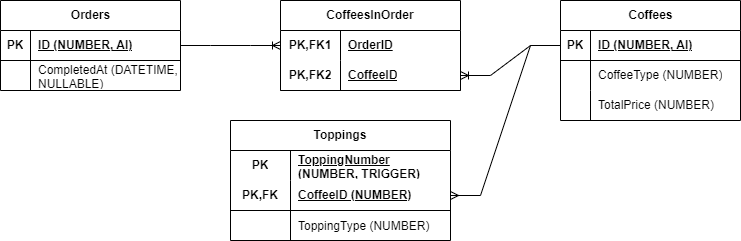
Above: Docs/imgs/adatbazis.png in Juuhva/ProgTech-Porta-cafe (draw.io), before the change. Source tidied: cells renumbered, new cells last; positions are measured from the earlier drawing's top-left corner, leaving out a move shared by most shapes.
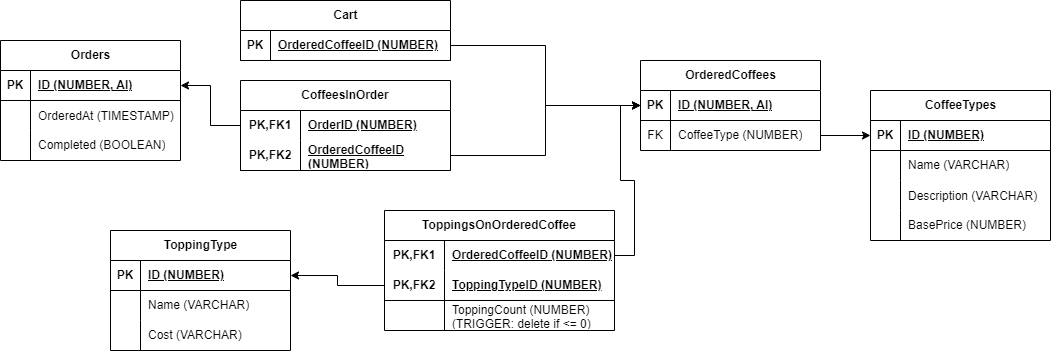
Above is the later version.

Commit message:
Adatbázis terv újratervezése

What changed in the source:
```diff
@@ -2,8 +2,8 @@
   <root>
     <mxCell id="0" />
     <mxCell id="1" parent="0" />
-    <mxCell id="2" value="Coffees" style="shape=table;startSize=30;rowLines=0;fontStyle=1;align=center;html=1;" parent="1" vertex="1">
-      <mxGeometry x="560" width="180" height="120" as="geometry" />
+    <mxCell id="2" value="CoffeeTypes" style="shape=table;startSize=30;rowLines=0;fontStyle=1;align=center;html=1;" parent="1" vertex="1">
+      <mxGeometry x="870" y="50" width="180" height="150" as="geometry" />
     </mxCell>
     <mxCell id="3" style="shape=tableRow;horizontal=0;startSize=0;swimlaneHead=0;swimlaneBody=0;fillColor=none;points=[[0,0.5],[1,0.5]];portConstraint=eastwest;top=0;left=0;right=0;bottom=1;" parent="2" vertex="1">
       <mxGeometry y="30" width="180" height="30" as="geometry" />
@@ -11,7 +11,7 @@
     <mxCell id="4" value="PK" style="shape=partialRectangle;fillColor=none;top=0;left=0;bottom=0;right=0;fontStyle=1;overflow=hidden;whiteSpace=wrap;html=1;" parent="3" vertex="1">
       <mxGeometry width="30" height="30" as="geometry" />
     </mxCell>
-    <mxCell id="5" value="ID (NUMBER, AI)" style="shape=partialRectangle;fillColor=none;top=0;left=0;bottom=0;right=0;align=left;spacingLeft=6;fontStyle=5;overflow=hidden;whiteSpace=wrap;html=1;" parent="3" vertex="1">
+    <mxCell id="5" value="ID (NUMBER)" style="shape=partialRectangle;fillColor=none;top=0;left=0;bottom=0;right=0;align=left;spacingLeft=6;fontStyle=5;overflow=hidden;whiteSpace=wrap;html=1;" parent="3" vertex="1">
       <mxGeometry x="30" width="150" height="30" as="geometry" />
     </mxCell>
     <mxCell id="6" style="shape=tableRow;horizontal=0;startSize=0;swimlaneHead=0;swimlaneBody=0;fillColor=none;top=0;left=0;right=0;bottom=0;" parent="2" vertex="1">
@@ -20,20 +20,29 @@
     <mxCell id="7" style="shape=partialRectangle;fillColor=none;top=0;left=0;bottom=0;right=0;overflow=hidden;whiteSpace=wrap;html=1;" parent="6" vertex="1">
       <mxGeometry width="30" height="30" as="geometry" />
     </mxCell>
-    <mxCell id="8" value="CoffeeType (NUMBER)" style="shape=partialRectangle;fillColor=none;top=0;left=0;bottom=0;right=0;align=left;spacingLeft=6;overflow=hidden;whiteSpace=wrap;html=1;" parent="6" vertex="1">
+    <mxCell id="8" value="Name (VARCHAR)" style="shape=partialRectangle;fillColor=none;top=0;left=0;bottom=0;right=0;align=left;spacingLeft=6;overflow=hidden;whiteSpace=wrap;html=1;" parent="6" vertex="1">
       <mxGeometry x="30" width="150" height="30" as="geometry" />
     </mxCell>
+    <mxCell id="39" style="shape=tableRow;horizontal=0;startSize=0;swimlaneHead=0;swimlaneBody=0;fillColor=none;top=0;left=0;right=0;bottom=0;" parent="2" vertex="1">
+      <mxGeometry y="90" width="180" height="30" as="geometry" />
+    </mxCell>
+    <mxCell id="40" style="shape=partialRectangle;fillColor=none;top=0;left=0;bottom=0;right=0;overflow=hidden;" parent="39" vertex="1">
+      <mxGeometry width="30" height="30" as="geometry" />
+    </mxCell>
+    <mxCell id="41" value="Description (VARCHAR)" style="shape=partialRectangle;fillColor=none;top=0;left=0;bottom=0;right=0;align=left;spacingLeft=6;overflow=hidden;" parent="39" vertex="1">
+      <mxGeometry x="30" width="150" height="30" as="geometry" />
+    </mxCell>
     <mxCell id="9" style="shape=tableRow;horizontal=0;startSize=0;swimlaneHead=0;swimlaneBody=0;fillColor=none;top=0;left=0;right=0;bottom=0;" parent="2" vertex="1">
-      <mxGeometry y="90" width="180" height="30" as="geometry" />
+      <mxGeometry y="120" width="180" height="30" as="geometry" />
     </mxCell>
     <mxCell id="10" style="shape=partialRectangle;fillColor=none;top=0;left=0;bottom=0;right=0;overflow=hidden;whiteSpace=wrap;html=1;" parent="9" vertex="1">
       <mxGeometry width="30" height="30" as="geometry" />
     </mxCell>
-    <mxCell id="11" value="TotalPrice (NUMBER)" style="shape=partialRectangle;fillColor=none;top=0;left=0;bottom=0;right=0;align=left;spacingLeft=6;overflow=hidden;whiteSpace=wrap;html=1;" parent="9" vertex="1">
+    <mxCell id="11" value="BasePrice (NUMBER)" style="shape=partialRectangle;fillColor=none;top=0;left=0;bottom=0;right=0;align=left;spacingLeft=6;overflow=hidden;whiteSpace=wrap;html=1;" parent="9" vertex="1">
       <mxGeometry x="30" width="150" height="30" as="geometry" />
     </mxCell>
     <mxCell id="12" value="Orders" style="shape=table;startSize=30;rowLines=0;fontStyle=1;align=center;html=1;" parent="1" vertex="1">
-      <mxGeometry width="180" height="90" as="geometry" />
+      <mxGeometry width="180" height="120" as="geometry" />
     </mxCell>
     <mxCell id="13" style="shape=tableRow;horizontal=0;startSize=0;swimlaneHead=0;swimlaneBody=0;fillColor=none;points=[[0,0.5],[1,0.5]];portConstraint=eastwest;top=0;left=0;right=0;bottom=1;" parent="12" vertex="1">
       <mxGeometry y="30" width="180" height="30" as="geometry" />
@@ -44,74 +53,155 @@
     <mxCell id="15" value="ID (NUMBER, AI)" style="shape=partialRectangle;fillColor=none;top=0;left=0;bottom=0;right=0;align=left;spacingLeft=6;fontStyle=5;overflow=hidden;whiteSpace=wrap;html=1;" parent="13" vertex="1">
       <mxGeometry x="30" width="150" height="30" as="geometry" />
     </mxCell>
+    <mxCell id="42" style="shape=tableRow;horizontal=0;startSize=0;swimlaneHead=0;swimlaneBody=0;fillColor=none;top=0;left=0;right=0;bottom=0;" parent="12" vertex="1">
+      <mxGeometry y="60" width="180" height="30" as="geometry" />
+    </mxCell>
+    <mxCell id="43" style="shape=partialRectangle;fillColor=none;top=0;left=0;bottom=0;right=0;overflow=hidden;" parent="42" vertex="1">
+      <mxGeometry width="30" height="30" as="geometry" />
+    </mxCell>
+    <mxCell id="44" value="OrderedAt (TIMESTAMP)" style="shape=partialRectangle;fillColor=none;top=0;left=0;bottom=0;right=0;align=left;spacingLeft=6;overflow=hidden;" parent="42" vertex="1">
+      <mxGeometry x="30" width="150" height="30" as="geometry" />
+    </mxCell>
     <mxCell id="16" style="shape=tableRow;horizontal=0;startSize=0;swimlaneHead=0;swimlaneBody=0;fillColor=none;top=0;left=0;right=0;bottom=0;" parent="12" vertex="1">
-      <mxGeometry y="60" width="180" height="30" as="geometry" />
+      <mxGeometry y="90" width="180" height="30" as="geometry" />
     </mxCell>
     <mxCell id="17" style="shape=partialRectangle;fillColor=none;top=0;left=0;bottom=0;right=0;overflow=hidden;whiteSpace=wrap;html=1;" parent="16" vertex="1">
       <mxGeometry width="30" height="30" as="geometry" />
     </mxCell>
-    <mxCell id="18" value="CompletedAt (DATETIME, NULLABLE)" style="shape=partialRectangle;fillColor=none;top=0;left=0;bottom=0;right=0;align=left;spacingLeft=6;overflow=hidden;whiteSpace=wrap;html=1;" parent="16" vertex="1">
+    <mxCell id="18" value="Completed (BOOLEAN)" style="shape=partialRectangle;fillColor=none;top=0;left=0;bottom=0;right=0;align=left;spacingLeft=6;overflow=hidden;whiteSpace=wrap;html=1;" parent="16" vertex="1">
       <mxGeometry x="30" width="150" height="30" as="geometry" />
     </mxCell>
     <mxCell id="19" value="CoffeesInOrder" style="shape=table;startSize=30;rowLines=0;fontStyle=1;align=center;html=1;whiteSpace=wrap;" parent="1" vertex="1">
-      <mxGeometry x="280" width="180" height="90" as="geometry" />
+      <mxGeometry x="240" y="40" width="210" height="90" as="geometry" />
     </mxCell>
     <mxCell id="20" style="shape=tableRow;horizontal=0;startSize=0;swimlaneHead=0;swimlaneBody=0;fillColor=none;points=[[0,0.5],[1,0.5]];portConstraint=eastwest;top=0;left=0;right=0;bottom=0;html=1;" parent="19" vertex="1">
-      <mxGeometry y="30" width="180" height="30" as="geometry" />
+      <mxGeometry y="30" width="210" height="30" as="geometry" />
     </mxCell>
     <mxCell id="21" value="PK,FK1" style="shape=partialRectangle;fillColor=none;top=0;left=0;bottom=0;right=0;fontStyle=1;overflow=hidden;html=1;whiteSpace=wrap;" parent="20" vertex="1">
       <mxGeometry width="60" height="30" as="geometry" />
     </mxCell>
-    <mxCell id="22" value="OrderID" style="shape=partialRectangle;fillColor=none;top=0;left=0;bottom=0;right=0;align=left;spacingLeft=6;fontStyle=5;overflow=hidden;html=1;whiteSpace=wrap;" parent="20" vertex="1">
-      <mxGeometry x="60" width="120" height="30" as="geometry" />
+    <mxCell id="22" value="OrderID (NUMBER)" style="shape=partialRectangle;fillColor=none;top=0;left=0;bottom=0;right=0;align=left;spacingLeft=6;fontStyle=5;overflow=hidden;html=1;whiteSpace=wrap;" parent="20" vertex="1">
+      <mxGeometry x="60" width="150" height="30" as="geometry" />
     </mxCell>
     <mxCell id="23" style="shape=tableRow;horizontal=0;startSize=0;swimlaneHead=0;swimlaneBody=0;fillColor=none;points=[[0,0.5],[1,0.5]];portConstraint=eastwest;top=0;left=0;right=0;bottom=1;html=1;" parent="19" vertex="1">
-      <mxGeometry y="60" width="180" height="30" as="geometry" />
+      <mxGeometry y="60" width="210" height="30" as="geometry" />
     </mxCell>
     <mxCell id="24" value="PK,FK2" style="shape=partialRectangle;fillColor=none;top=0;left=0;bottom=0;right=0;fontStyle=1;overflow=hidden;html=1;whiteSpace=wrap;" parent="23" vertex="1">
       <mxGeometry width="60" height="30" as="geometry" />
     </mxCell>
-    <mxCell id="25" value="CoffeeID" style="shape=partialRectangle;fillColor=none;top=0;left=0;bottom=0;right=0;align=left;spacingLeft=6;fontStyle=5;overflow=hidden;html=1;whiteSpace=wrap;" parent="23" vertex="1">
-      <mxGeometry x="60" width="120" height="30" as="geometry" />
+    <mxCell id="25" value="OrderedCoffeeID (NUMBER)" style="shape=partialRectangle;fillColor=none;top=0;left=0;bottom=0;right=0;align=left;spacingLeft=6;fontStyle=5;overflow=hidden;html=1;whiteSpace=wrap;" parent="23" vertex="1">
+      <mxGeometry x="60" width="150" height="30" as="geometry" />
     </mxCell>
-    <mxCell id="26" style="edgeStyle=entityRelationEdgeStyle;fontSize=12;html=1;endArrow=ERoneToMany;rounded=0;" parent="1" edge="1" source="13" target="20">
-      <mxGeometry relative="1" as="geometry" />
-    </mxCell>
-    <mxCell id="27" style="edgeStyle=entityRelationEdgeStyle;fontSize=12;html=1;endArrow=ERoneToMany;rounded=0;" parent="1" edge="1" source="3" target="23">
-      <mxGeometry relative="1" as="geometry" />
-    </mxCell>
-    <mxCell id="28" value="Toppings" style="shape=table;startSize=30;rowLines=0;fontStyle=1;align=center;bottom=1;html=1;whiteSpace=wrap;" parent="1" vertex="1">
-      <mxGeometry x="230" y="120" width="220" height="120" as="geometry" />
-    </mxCell>
-    <mxCell id="29" style="shape=tableRow;horizontal=0;startSize=0;swimlaneHead=0;swimlaneBody=0;fillColor=none;top=0;left=0;right=0;bottom=0;html=1;" parent="28" vertex="1">
-      <mxGeometry y="30" width="220" height="30" as="geometry" />
-    </mxCell>
-    <mxCell id="30" value="PK" style="shape=partialRectangle;fillColor=none;top=0;left=0;bottom=0;right=0;fontStyle=1;overflow=hidden;html=1;whiteSpace=wrap;" parent="29" vertex="1">
-      <mxGeometry width="60" height="30" as="geometry" />
-    </mxCell>
-    <mxCell id="31" value="ToppingNumber (NUMBER, TRIGGER)" style="shape=partialRectangle;fillColor=none;top=0;left=0;bottom=0;right=0;align=left;spacingLeft=6;fontStyle=5;overflow=hidden;html=1;whiteSpace=wrap;" parent="29" vertex="1">
-      <mxGeometry x="60" width="160" height="30" as="geometry" />
-    </mxCell>
-    <mxCell id="32" style="shape=tableRow;horizontal=0;startSize=0;swimlaneHead=0;swimlaneBody=0;fillColor=none;points=[[0,0.5],[1,0.5]];portConstraint=eastwest;top=0;left=0;right=0;bottom=1;" parent="28" vertex="1">
-      <mxGeometry y="60" width="220" height="30" as="geometry" />
-    </mxCell>
-    <mxCell id="33" value="PK,FK" style="shape=partialRectangle;fillColor=none;top=0;left=0;bottom=0;right=0;fontStyle=1;overflow=hidden;whiteSpace=wrap;html=1;" parent="32" vertex="1">
-      <mxGeometry width="60" height="30" as="geometry" />
-    </mxCell>
-    <mxCell id="34" value="CoffeeID (NUMBER)" style="shape=partialRectangle;fillColor=none;top=0;left=0;bottom=0;right=0;align=left;spacingLeft=6;fontStyle=5;overflow=hidden;whiteSpace=wrap;html=1;" parent="32" vertex="1">
-      <mxGeometry x="60" width="160" height="30" as="geometry" />
-    </mxCell>
-    <mxCell id="35" style="shape=tableRow;horizontal=0;startSize=0;swimlaneHead=0;swimlaneBody=0;fillColor=none;top=0;left=0;right=0;bottom=0;" parent="28" vertex="1">
-      <mxGeometry y="90" width="220" height="30" as="geometry" />
-    </mxCell>
-    <mxCell id="36" style="shape=partialRectangle;fillColor=none;top=0;left=0;bottom=0;right=0;overflow=hidden;" parent="35" vertex="1">
-      <mxGeometry width="60" height="30" as="geometry" />
-    </mxCell>
-    <mxCell id="37" value="ToppingType (NUMBER)" style="shape=partialRectangle;fillColor=none;top=0;left=0;bottom=0;right=0;align=left;spacingLeft=6;overflow=hidden;" parent="35" vertex="1">
-      <mxGeometry x="60" width="160" height="30" as="geometry" />
-    </mxCell>
-    <mxCell id="38" style="edgeStyle=entityRelationEdgeStyle;fontSize=12;html=1;endArrow=ERmany;rounded=0;" parent="1" edge="1" source="3" target="32">
-      <mxGeometry relative="1" as="geometry" />
-    </mxCell>
+    <mxCell id="45" value="Cart" style="shape=table;startSize=30;rowLines=0;fontStyle=1;align=center;html=1;" parent="1" vertex="1">
+      <mxGeometry x="240" y="-40" width="210" height="60" as="geometry" />
+    </mxCell>
+    <mxCell id="46" style="shape=tableRow;horizontal=0;startSize=0;swimlaneHead=0;swimlaneBody=0;fillColor=none;points=[[0,0.5],[1,0.5]];portConstraint=eastwest;top=0;left=0;right=0;bottom=1;" parent="45" vertex="1">
+      <mxGeometry y="30" width="210" height="30" as="geometry" />
+    </mxCell>
+    <mxCell id="47" value="PK" style="shape=partialRectangle;fillColor=none;top=0;left=0;bottom=0;right=0;fontStyle=1;overflow=hidden;whiteSpace=wrap;html=1;" parent="46" vertex="1">
+      <mxGeometry width="30" height="30" as="geometry" />
+    </mxCell>
+    <mxCell id="48" value="OrderedCoffeeID (NUMBER)" style="shape=partialRectangle;fillColor=none;top=0;left=0;bottom=0;right=0;align=left;spacingLeft=6;fontStyle=5;overflow=hidden;whiteSpace=wrap;html=1;" parent="46" vertex="1">
+      <mxGeometry x="30" width="180" height="30" as="geometry" />
+    </mxCell>
+    <mxCell id="49" value="OrderedCoffees" style="shape=table;startSize=30;rowLines=0;fontStyle=1;align=center;html=1;" parent="1" vertex="1">
+      <mxGeometry x="640" y="20" width="180" height="90" as="geometry" />
+    </mxCell>
+    <mxCell id="50" style="shape=tableRow;horizontal=0;startSize=0;swimlaneHead=0;swimlaneBody=0;fillColor=none;points=[[0,0.5],[1,0.5]];portConstraint=eastwest;top=0;left=0;right=0;bottom=1;" parent="49" vertex="1">
+      <mxGeometry y="30" width="180" height="30" as="geometry" />
+    </mxCell>
+    <mxCell id="51" value="PK" style="shape=partialRectangle;fillColor=none;top=0;left=0;bottom=0;right=0;fontStyle=1;overflow=hidden;whiteSpace=wrap;html=1;" parent="50" vertex="1">
+      <mxGeometry width="30" height="30" as="geometry" />
+    </mxCell>
+    <mxCell id="52" value="ID (NUMBER, AI)" style="shape=partialRectangle;fillColor=none;top=0;left=0;bottom=0;right=0;align=left;spacingLeft=6;fontStyle=5;overflow=hidden;whiteSpace=wrap;html=1;" parent="50" vertex="1">
+      <mxGeometry x="30" width="150" height="30" as="geometry" />
+    </mxCell>
+    <mxCell id="53" style="shape=tableRow;horizontal=0;startSize=0;swimlaneHead=0;swimlaneBody=0;fillColor=none;points=[[0,0.5],[1,0.5]];portConstraint=eastwest;top=0;left=0;right=0;bottom=0;" parent="49" vertex="1">
+      <mxGeometry y="60" width="180" height="30" as="geometry" />
+    </mxCell>
+    <mxCell id="54" value="FK" style="shape=partialRectangle;fillColor=none;top=0;left=0;bottom=0;right=0;overflow=hidden;whiteSpace=wrap;html=1;" parent="53" vertex="1">
+      <mxGeometry width="30" height="30" as="geometry" />
+    </mxCell>
+    <mxCell id="55" value="CoffeeType (NUMBER)" style="shape=partialRectangle;fillColor=none;top=0;left=0;bottom=0;right=0;align=left;spacingLeft=6;overflow=hidden;whiteSpace=wrap;html=1;" parent="53" vertex="1">
+      <mxGeometry x="30" width="150" height="30" as="geometry" />
+    </mxCell>
+    <mxCell id="56" style="edgeStyle=orthogonalEdgeStyle;rounded=0;jettySize=auto;html=1;entryX=0;entryY=0.5;entryDx=0;entryDy=0;" parent="1" edge="1" source="53" target="3">
+      <mxGeometry relative="1" as="geometry" />
+    </mxCell>
+    <mxCell id="57" value="ToppingsOnOrderedCoffee" style="shape=table;startSize=30;rowLines=0;fontStyle=1;align=center;html=1;whiteSpace=wrap;" parent="1" vertex="1">
+      <mxGeometry x="384" y="170" width="230" height="120" as="geometry" />
+    </mxCell>
+    <mxCell id="58" style="shape=tableRow;horizontal=0;startSize=0;swimlaneHead=0;swimlaneBody=0;fillColor=none;points=[[0,0.5],[1,0.5]];portConstraint=eastwest;top=0;left=0;right=0;bottom=0;html=1;" parent="57" vertex="1">
+      <mxGeometry y="30" width="230" height="30" as="geometry" />
+    </mxCell>
+    <mxCell id="59" value="PK,FK1" style="shape=partialRectangle;fillColor=none;top=0;left=0;bottom=0;right=0;fontStyle=1;overflow=hidden;html=1;whiteSpace=wrap;" parent="58" vertex="1">
+      <mxGeometry width="60" height="30" as="geometry" />
+    </mxCell>
+    <mxCell id="60" value="OrderedCoffeeID (NUMBER)" style="shape=partialRectangle;fillColor=none;top=0;left=0;bottom=0;right=0;align=left;spacingLeft=6;fontStyle=5;overflow=hidden;html=1;whiteSpace=wrap;" parent="58" vertex="1">
+      <mxGeometry x="60" width="170" height="30" as="geometry" />
+    </mxCell>
+    <mxCell id="61" style="shape=tableRow;horizontal=0;startSize=0;swimlaneHead=0;swimlaneBody=0;fillColor=none;points=[[0,0.5],[1,0.5]];portConstraint=eastwest;top=0;left=0;right=0;bottom=1;html=1;" parent="57" vertex="1">
+      <mxGeometry y="60" width="230" height="30" as="geometry" />
+    </mxCell>
+    <mxCell id="62" value="PK,FK2" style="shape=partialRectangle;fillColor=none;top=0;left=0;bottom=0;right=0;fontStyle=1;overflow=hidden;html=1;whiteSpace=wrap;" parent="61" vertex="1">
+      <mxGeometry width="60" height="30" as="geometry" />
+    </mxCell>
+    <mxCell id="63" value="ToppingTypeID (NUMBER)" style="shape=partialRectangle;fillColor=none;top=0;left=0;bottom=0;right=0;align=left;spacingLeft=6;fontStyle=5;overflow=hidden;html=1;whiteSpace=wrap;" parent="61" vertex="1">
+      <mxGeometry x="60" width="170" height="30" as="geometry" />
+    </mxCell>
+    <mxCell id="64" style="shape=tableRow;horizontal=0;startSize=0;swimlaneHead=0;swimlaneBody=0;fillColor=none;top=0;left=0;right=0;bottom=0;html=1;" parent="57" vertex="1">
+      <mxGeometry y="90" width="230" height="30" as="geometry" />
+    </mxCell>
+    <mxCell id="65" style="shape=partialRectangle;fillColor=none;top=0;left=0;bottom=0;right=0;overflow=hidden;html=1;whiteSpace=wrap;" parent="64" vertex="1">
+      <mxGeometry width="60" height="30" as="geometry" />
+    </mxCell>
+    <mxCell id="66" value="ToppingCount (NUMBER) (TRIGGER: delete if &amp;lt;= 0)" style="shape=partialRectangle;fillColor=none;top=0;left=0;bottom=0;right=0;align=left;spacingLeft=6;overflow=hidden;html=1;whiteSpace=wrap;" parent="64" vertex="1">
+      <mxGeometry x="60" width="170" height="30" as="geometry" />
+    </mxCell>
+    <mxCell id="67" value="ToppingType" style="shape=table;startSize=30;rowLines=0;fontStyle=1;align=center;html=1;" parent="1" vertex="1">
+      <mxGeometry x="110" y="190" width="180" height="120" as="geometry" />
+    </mxCell>
+    <mxCell id="68" style="shape=tableRow;horizontal=0;startSize=0;swimlaneHead=0;swimlaneBody=0;fillColor=none;points=[[0,0.5],[1,0.5]];portConstraint=eastwest;top=0;left=0;right=0;bottom=1;" parent="67" vertex="1">
+      <mxGeometry y="30" width="180" height="30" as="geometry" />
+    </mxCell>
+    <mxCell id="69" value="PK" style="shape=partialRectangle;fillColor=none;top=0;left=0;bottom=0;right=0;fontStyle=1;overflow=hidden;whiteSpace=wrap;html=1;" parent="68" vertex="1">
+      <mxGeometry width="30" height="30" as="geometry" />
+    </mxCell>
+    <mxCell id="70" value="ID (NUMBER)" style="shape=partialRectangle;fillColor=none;top=0;left=0;bottom=0;right=0;align=left;spacingLeft=6;fontStyle=5;overflow=hidden;whiteSpace=wrap;html=1;" parent="68" vertex="1">
+      <mxGeometry x="30" width="150" height="30" as="geometry" />
+    </mxCell>
+    <mxCell id="71" style="shape=tableRow;horizontal=0;startSize=0;swimlaneHead=0;swimlaneBody=0;fillColor=none;top=0;left=0;right=0;bottom=0;" parent="67" vertex="1">
+      <mxGeometry y="60" width="180" height="30" as="geometry" />
+    </mxCell>
+    <mxCell id="72" style="shape=partialRectangle;fillColor=none;top=0;left=0;bottom=0;right=0;overflow=hidden;whiteSpace=wrap;html=1;" parent="71" vertex="1">
+      <mxGeometry width="30" height="30" as="geometry" />
+    </mxCell>
+    <mxCell id="73" value="Name (VARCHAR)" style="shape=partialRectangle;fillColor=none;top=0;left=0;bottom=0;right=0;align=left;spacingLeft=6;overflow=hidden;whiteSpace=wrap;html=1;" parent="71" vertex="1">
+      <mxGeometry x="30" width="150" height="30" as="geometry" />
+    </mxCell>
+    <mxCell id="74" style="shape=tableRow;horizontal=0;startSize=0;swimlaneHead=0;swimlaneBody=0;fillColor=none;top=0;left=0;right=0;bottom=0;" parent="67" vertex="1">
+      <mxGeometry y="90" width="180" height="30" as="geometry" />
+    </mxCell>
+    <mxCell id="75" style="shape=partialRectangle;fillColor=none;top=0;left=0;bottom=0;right=0;overflow=hidden;whiteSpace=wrap;html=1;" parent="74" vertex="1">
+      <mxGeometry width="30" height="30" as="geometry" />
+    </mxCell>
+    <mxCell id="76" value="Cost (VARCHAR)" style="shape=partialRectangle;fillColor=none;top=0;left=0;bottom=0;right=0;align=left;spacingLeft=6;overflow=hidden;whiteSpace=wrap;html=1;" parent="74" vertex="1">
+      <mxGeometry x="30" width="150" height="30" as="geometry" />
+    </mxCell>
+    <mxCell id="77" style="edgeStyle=orthogonalEdgeStyle;rounded=0;jettySize=auto;html=1;" parent="1" edge="1" source="58" target="50">
+      <mxGeometry relative="1" as="geometry" />
+    </mxCell>
+    <mxCell id="78" style="edgeStyle=orthogonalEdgeStyle;rounded=0;jettySize=auto;html=1;exitX=0;exitY=0.5;exitDx=0;exitDy=0;" parent="1" edge="1" source="61" target="68">
+      <mxGeometry relative="1" as="geometry" />
+    </mxCell>
+    <mxCell id="79" style="edgeStyle=orthogonalEdgeStyle;rounded=0;jettySize=auto;html=1;" parent="1" edge="1" source="23" target="50">
+      <mxGeometry relative="1" as="geometry" />
+    </mxCell>
+    <mxCell id="80" style="edgeStyle=orthogonalEdgeStyle;rounded=0;jettySize=auto;html=1;" parent="1" edge="1" source="20" target="13">
+      <mxGeometry relative="1" as="geometry" />
+    </mxCell>
+    <mxCell id="81" style="edgeStyle=orthogonalEdgeStyle;rounded=0;jettySize=auto;html=1;entryX=0;entryY=0.5;entryDx=0;entryDy=0;" parent="1" edge="1" source="46" target="50">
+      <mxGeometry relative="1" as="geometry" />
+    </mxCell>
   </root>
 </mxGraphModel>
```
